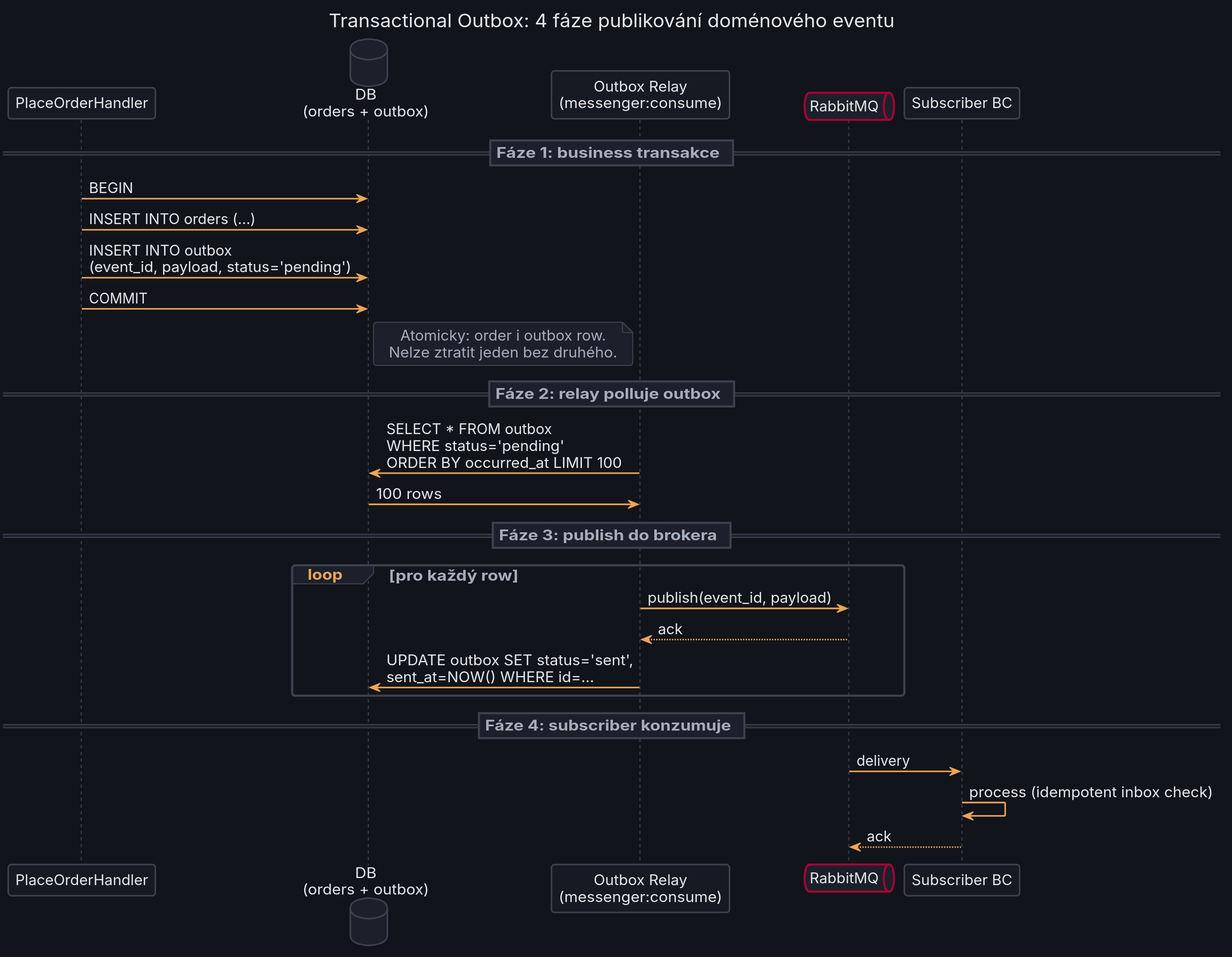
Above: templates/diagrams/14_outbox/outbox_flow.svg in MichalKatuscak/ddd-v-symfony (PlantUML), before the change.
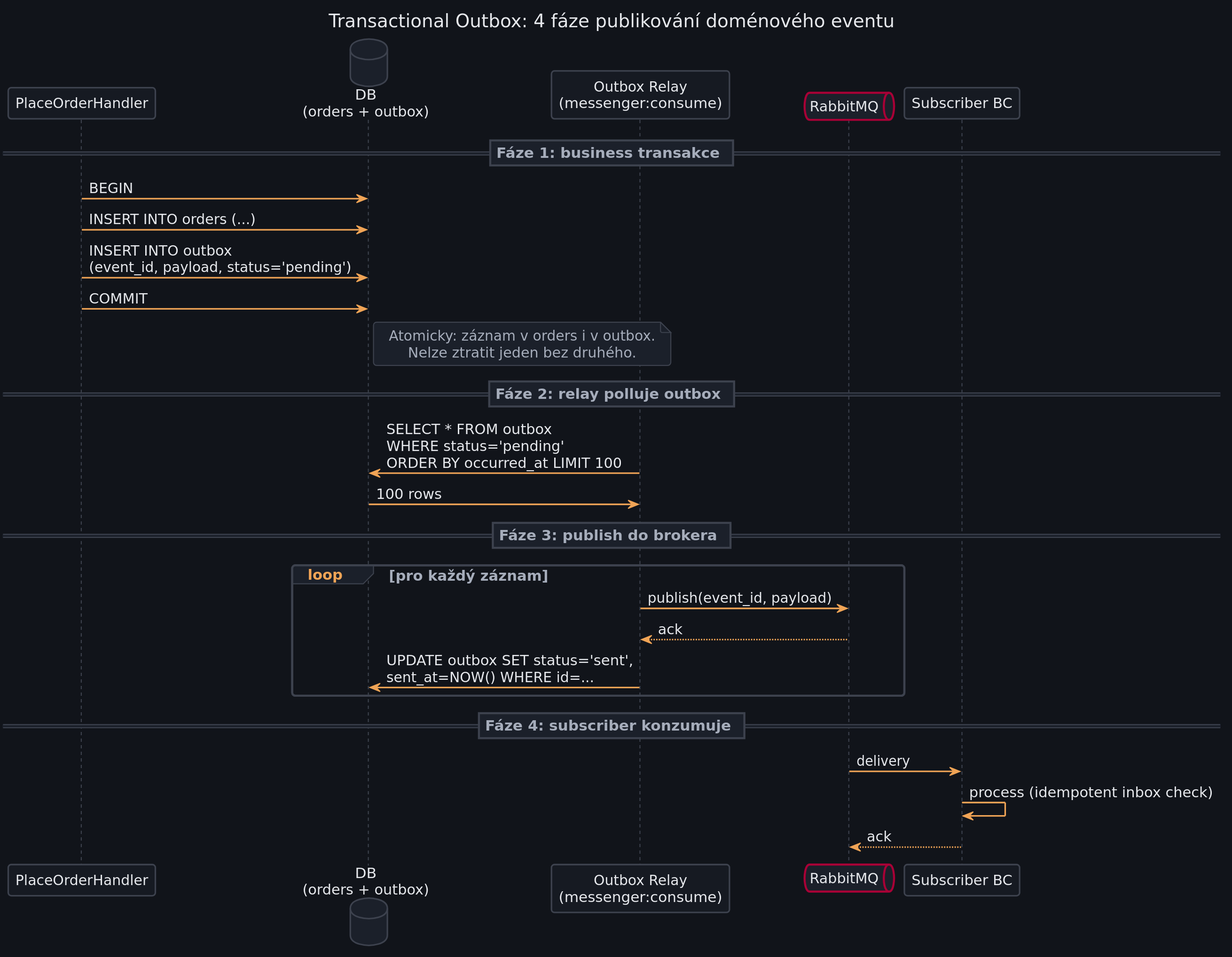
After the change.

Diff of the diagram source:
```diff
@@ -193,7 +193,7 @@
 h -> db : INSERT INTO outbox\n(event_id, payload, status='pending')
 h -> db : COMMIT
 note right of db
-  Atomicky: order i outbox row.
+  Atomicky: záznam v orders i v outbox.
   Nelze ztratit jeden bez druhého.
 end note
 
@@ -202,7 +202,7 @@
 db -> relay : 100 rows
 
 == Fáze 3: publish do brokera ==
-loop pro každý row
+loop pro každý záznam
   relay -> mq : publish(event_id, payload)
   mq --> relay : ack
   relay -> db : UPDATE outbox SET status='sent',\nsent_at=NOW() WHERE id=...
```
